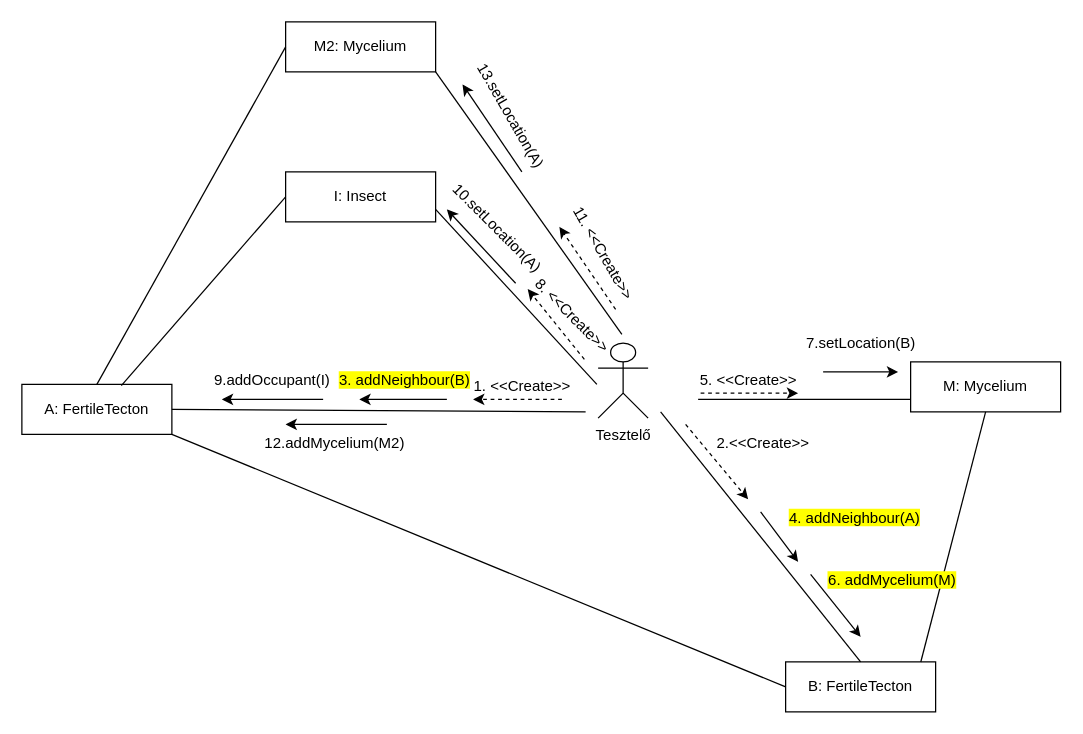
Earlier version of the draw.io diagram page "InsectCutKomm" (7 of 17) of 5_szkeleton_terv/BJ Komm&Seq .drawio (koharzsombor/bandITs). Source tidied: cells renumbered, new cells numbered last; positions are measured from the earlier drawing's top-left corner, leaving out a move shared by most shapes. Both pictures are drawn from the tidied source at 125%, with x=0, y=0 at pixel (21, 21).
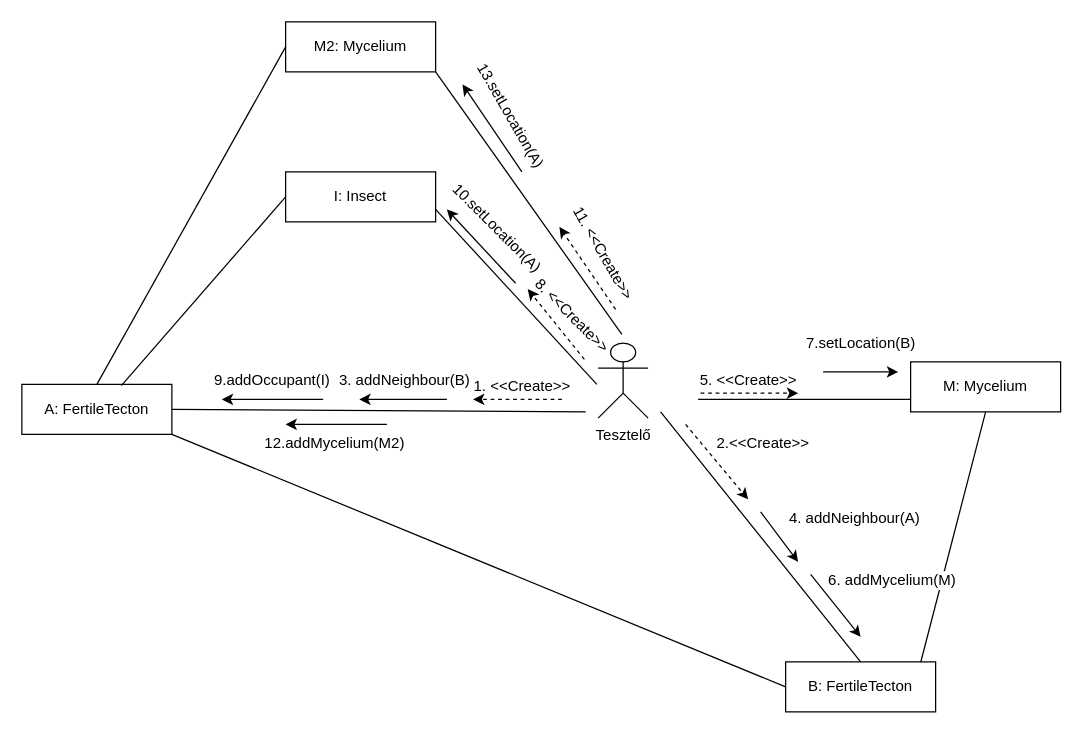
After the change.

The edit, as a diff of the source:
```diff
@@
-    <mxCell id="12" value="&lt;span style=&quot;background-color: light-dark(rgb(255, 255, 0), rgb(31, 31, 0));&quot;&gt;3. addNeighbour(B)&lt;/span&gt;" style="text;html=1;align=center;verticalAlign=middle;strokeColor=none;fillColor=none;" parent="1" vertex="1">
+    <mxCell id="12" value="&lt;span style=&quot;&quot;&gt;3. addNeighbour(B)&lt;/span&gt;" style="text;html=1;align=center;verticalAlign=middle;strokeColor=none;fillColor=none;labelBackgroundColor=default;" parent="1" vertex="1">
       <mxGeometry x="241" y="272" width="130" height="30" as="geometry" />
     </mxCell>
@@
-    <mxCell id="16" value="&lt;span style=&quot;background-color: light-dark(rgb(255, 255, 0), rgb(237, 237, 237));&quot;&gt;4. addNeighbour(A)&lt;/span&gt;" style="text;html=1;align=center;verticalAlign=middle;strokeColor=none;fillColor=none;" parent="1" vertex="1">
+    <mxCell id="16" value="&lt;span style=&quot;&quot;&gt;4. addNeighbour(A)&lt;/span&gt;" style="text;html=1;align=center;verticalAlign=middle;strokeColor=none;fillColor=none;labelBackgroundColor=default;" parent="1" vertex="1">
       <mxGeometry x="601" y="382" width="130" height="30" as="geometry" />
     </mxCell>
@@
-    <mxCell id="21" value="&lt;span style=&quot;background-color: light-dark(rgb(255, 255, 0), rgb(237, 237, 237));&quot;&gt;6. addMycelium(M)&lt;/span&gt;" style="text;html=1;align=center;verticalAlign=middle;strokeColor=none;fillColor=none;" parent="1" vertex="1">
+    <mxCell id="21" value="&lt;span style=&quot;&quot;&gt;6. addMycelium(M)&lt;/span&gt;" style="text;html=1;align=center;verticalAlign=middle;strokeColor=none;fillColor=none;labelBackgroundColor=default;" parent="1" vertex="1">
       <mxGeometry x="631" y="432" width="130" height="30" as="geometry" />
     </mxCell>
```
